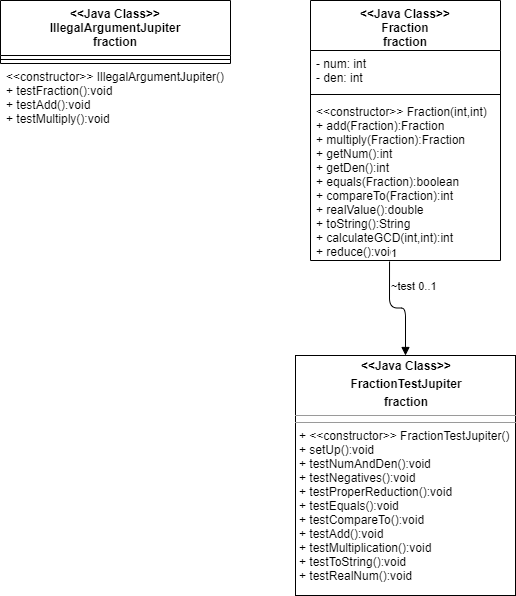
Before: FractionUML.png, a diagram exported from draw.io (Zophed/JUnit-Team-Final-Project-). Source tidied: cells renumbered, new cells last; positions are measured from the earlier drawing's top-left corner, leaving out a move shared by most shapes.
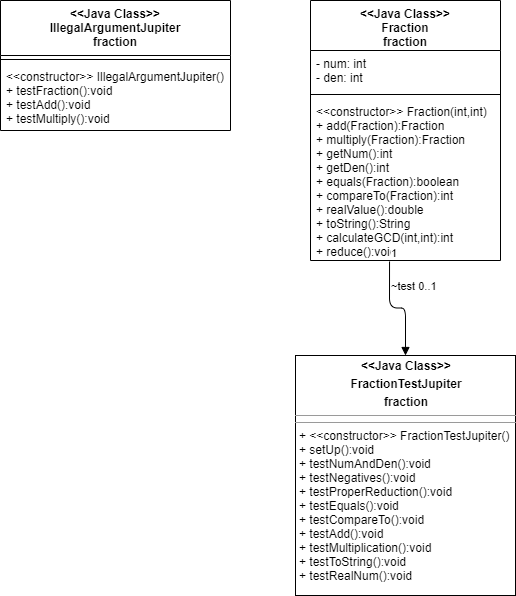
After the change.

Change to the diagram source:
```diff
@@ -24,12 +24,12 @@
       <mxGeometry x="-1" relative="1" as="geometry" />
     </mxCell>
     <mxCell id="9" value="&lt;&lt;Java Class&gt;&gt;&#10;IllegalArgumentJupiter&#10;fraction&#10;" style="swimlane;fontStyle=1;align=center;verticalAlign=top;horizontal=1;startSize=55;" parent="1" vertex="1">
-      <mxGeometry width="230" height="63" as="geometry" />
+      <mxGeometry width="230" height="130" as="geometry" />
     </mxCell>
     <mxCell id="10" style="line;strokeWidth=1;fillColor=none;align=left;verticalAlign=middle;spacingTop=-1;spacingLeft=3;spacingRight=3;labelPosition=right;" parent="9" vertex="1">
       <mxGeometry y="55" width="230" height="8" as="geometry" />
     </mxCell>
-    <mxCell id="11" value="&lt;&lt;constructor&gt;&gt; IllegalArgumentJupiter()&#10;+ testFraction():void&#10;+ testAdd():void&#10;+ testMultiply():void&#10;" style="text;strokeColor=none;fillColor=none;align=left;verticalAlign=top;spacingLeft=4;spacingRight=4;overflow=hidden;" parent="1" vertex="1">
+    <mxCell id="11" value="&lt;&lt;constructor&gt;&gt; IllegalArgumentJupiter()&#10;+ testFraction():void&#10;+ testAdd():void&#10;+ testMultiply():void&#10;" style="text;strokeColor=none;fillColor=none;align=left;verticalAlign=top;spacingLeft=4;spacingRight=4;overflow=hidden;" parent="9" vertex="1">
       <mxGeometry y="63" width="230" height="67" as="geometry" />
     </mxCell>
   </root>
```
